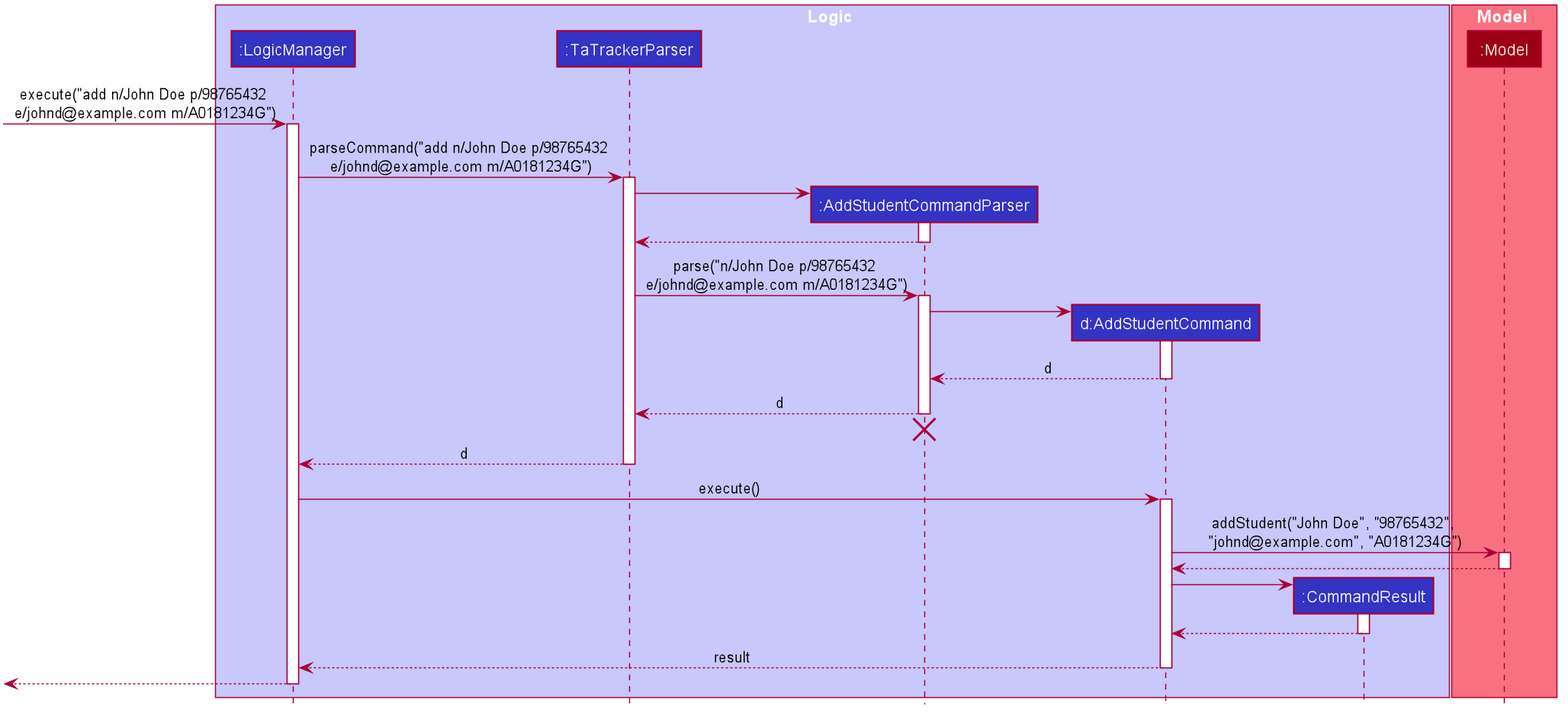
Earlier version of the PlantUML export docs/images/AddStudentSequenceDiagram.png (nus-cs2103-AY1920S2/addressbook-level3). The source it was exported from:
```plantuml
@startuml








skinparam BackgroundColor #FFFFFFF

skinparam Shadowing false

skinparam Class {
    FontColor #FFFFFF
    BorderThickness 1
    BorderColor #FFFFFF
    StereotypeFontColor #FFFFFF
    FontName Arial
}

skinparam Actor {
    BorderColor #000000
    Color #000000
    FontName Arial
}

skinparam Sequence {
    MessageAlign center
    BoxFontSize 15
    BoxPadding 0
    BoxFontColor #FFFFFF
    FontName Arial
}

skinparam Participant {
    FontColor #FFFFFFF
    Padding 20
}

skinparam MinClassWidth 50
skinparam ParticipantPadding 10
skinparam Shadowing false
skinparam DefaultTextAlignment center
skinparam packageStyle Rectangle

hide footbox
hide members
hide circle

box Logic #C8C8FA
participant ":LogicManager" as LogicManager #3333C4
participant ":TaTrackerParser" as TaTrackerParser #3333C4
participant ":AddStudentCommandParser" as AddStudentCommandParser #3333C4
participant "d:AddStudentCommand" as AddStudentCommand #3333C4
participant ":CommandResult" as CommandResult #3333C4
end box

box Model #F97181
participant ":Model" as Model #9D0012
end box

[-> LogicManager : execute("add n/John Doe p/98765432 \ne/johnd@example.com m/A0181234G")
activate LogicManager

LogicManager -> TaTrackerParser : parseCommand("add n/John Doe p/98765432 \ne/johnd@example.com m/A0181234G")
activate TaTrackerParser

create AddStudentCommandParser
TaTrackerParser -> AddStudentCommandParser
activate AddStudentCommandParser

AddStudentCommandParser --> TaTrackerParser
deactivate AddStudentCommandParser

TaTrackerParser -> AddStudentCommandParser : parse("n/John Doe p/98765432 \ne/johnd@example.com m/A0181234G")
activate AddStudentCommandParser

create AddStudentCommand
AddStudentCommandParser -> AddStudentCommand
activate AddStudentCommand

AddStudentCommand --> AddStudentCommandParser : d
deactivate AddStudentCommand

AddStudentCommandParser --> TaTrackerParser : d
deactivate AddStudentCommandParser
AddStudentCommandParser -[hidden]-> TaTrackerParser
destroy AddStudentCommandParser

TaTrackerParser --> LogicManager : d
deactivate TaTrackerParser

LogicManager -> AddStudentCommand : execute()
activate AddStudentCommand

AddStudentCommand -> Model : addStudent("John Doe", "98765432", \n"johnd@example.com", "A0181234G")
activate Model

Model --> AddStudentCommand
deactivate Model

create CommandResult
AddStudentCommand -> CommandResult
activate CommandResult

CommandResult --> AddStudentCommand
deactivate CommandResult

AddStudentCommand --> LogicManager : result
deactivate AddStudentCommand

[<--LogicManager
deactivate LogicManager
@enduml
```
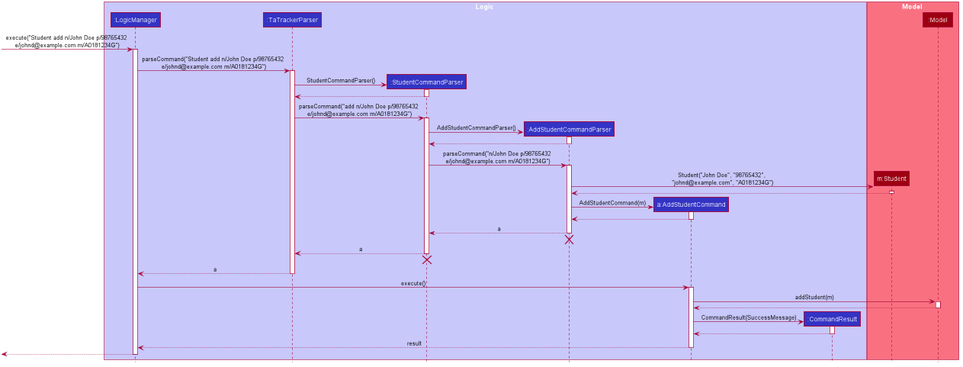
Later version of the same file.

Commit message:
Update AddStudent Sequence Diagram

What changed in the source:
```diff
@@ -51,59 +51,79 @@
 box Logic #C8C8FA
 participant ":LogicManager" as LogicManager #3333C4
 participant ":TaTrackerParser" as TaTrackerParser #3333C4
+participant ":StudentCommandParser" as StudentCommandParser #3333C4
 participant ":AddStudentCommandParser" as AddStudentCommandParser #3333C4
-participant "d:AddStudentCommand" as AddStudentCommand #3333C4
+participant "a:AddStudentCommand" as AddStudentCommand #3333C4
 participant ":CommandResult" as CommandResult #3333C4
 end box
 
 box Model #F97181
+participant "m:Student" as Student #9D0012
 participant ":Model" as Model #9D0012
 end box
 
-[-> LogicManager : execute("add n/John Doe p/98765432 \ne/johnd@example.com m/A0181234G")
+[-> LogicManager : execute("Student add n/John Doe p/98765432 \ne/johnd@example.com m/A0181234G")
 activate LogicManager
 
-LogicManager -> TaTrackerParser : parseCommand("add n/John Doe p/98765432 \ne/johnd@example.com m/A0181234G")
+LogicManager -> TaTrackerParser : parseCommand("Student add n/John Doe p/98765432 \ne/johnd@example.com m/A0181234G")
 activate TaTrackerParser
 
+create StudentCommandParser
+TaTrackerParser -> StudentCommandParser : StudentCommandParser()
+activate StudentCommandParser
+StudentCommandParser --> TaTrackerParser
+deactivate StudentCommandParser
+
+TaTrackerParser -> StudentCommandParser : parseCommand("add n/John Doe p/98765432 \ne/johnd@example.com m/A0181234G")
+activate StudentCommandParser
+
 create AddStudentCommandParser
-TaTrackerParser -> AddStudentCommandParser
+StudentCommandParser -> AddStudentCommandParser : AddStudentCommandParser()
+activate AddStudentCommandParser
+AddStudentCommandParser --> StudentCommandParser
+deactivate AddStudentCommandParser
+
+StudentCommandParser -> AddStudentCommandParser : parseCommand("n/John Doe p/98765432 \ne/johnd@example.com m/A0181234G")
 activate AddStudentCommandParser
 
-AddStudentCommandParser --> TaTrackerParser
-deactivate AddStudentCommandParser
-
-TaTrackerParser -> AddStudentCommandParser : parse("n/John Doe p/98765432 \ne/johnd@example.com m/A0181234G")
-activate AddStudentCommandParser
+create Student
+AddStudentCommandParser -> Student : Student("John Doe", "98765432", \n"johnd@example.com", "A0181234G")
+activate Student
+Student --> AddStudentCommandParser
+deactivate Student
 
 create AddStudentCommand
-AddStudentCommandParser -> AddStudentCommand
+AddStudentCommandParser -> AddStudentCommand : AddStudentCommand(m)
 activate AddStudentCommand
-
-AddStudentCommand --> AddStudentCommandParser : d
+AddStudentCommand --> AddStudentCommandParser
 deactivate AddStudentCommand
 
-AddStudentCommandParser --> TaTrackerParser : d
+
+
+AddStudentCommandParser --> StudentCommandParser : a
 deactivate AddStudentCommandParser
-AddStudentCommandParser -[hidden]-> TaTrackerParser
+AddStudentCommandParser -[hidden]-> StudentCommandParser
 destroy AddStudentCommandParser
 
-TaTrackerParser --> LogicManager : d
+StudentCommandParser --> TaTrackerParser : a
+deactivate StudentCommandParser
+StudentCommandParser -[hidden]-> TaTrackerParser
+destroy StudentCommandParser
+
+TaTrackerParser --> LogicManager : a
 deactivate TaTrackerParser
 
 LogicManager -> AddStudentCommand : execute()
 activate AddStudentCommand
 
-AddStudentCommand -> Model : addStudent("John Doe", "98765432", \n"johnd@example.com", "A0181234G")
+AddStudentCommand -> Model : addStudent(m)
 activate Model
-
 Model --> AddStudentCommand
 deactivate Model
 
 create CommandResult
-AddStudentCommand -> CommandResult
+AddStudentCommand -> CommandResult : CommandResult(SuccessMessage)
 activate CommandResult
-
 CommandResult --> AddStudentCommand
 deactivate CommandResult
 
```
